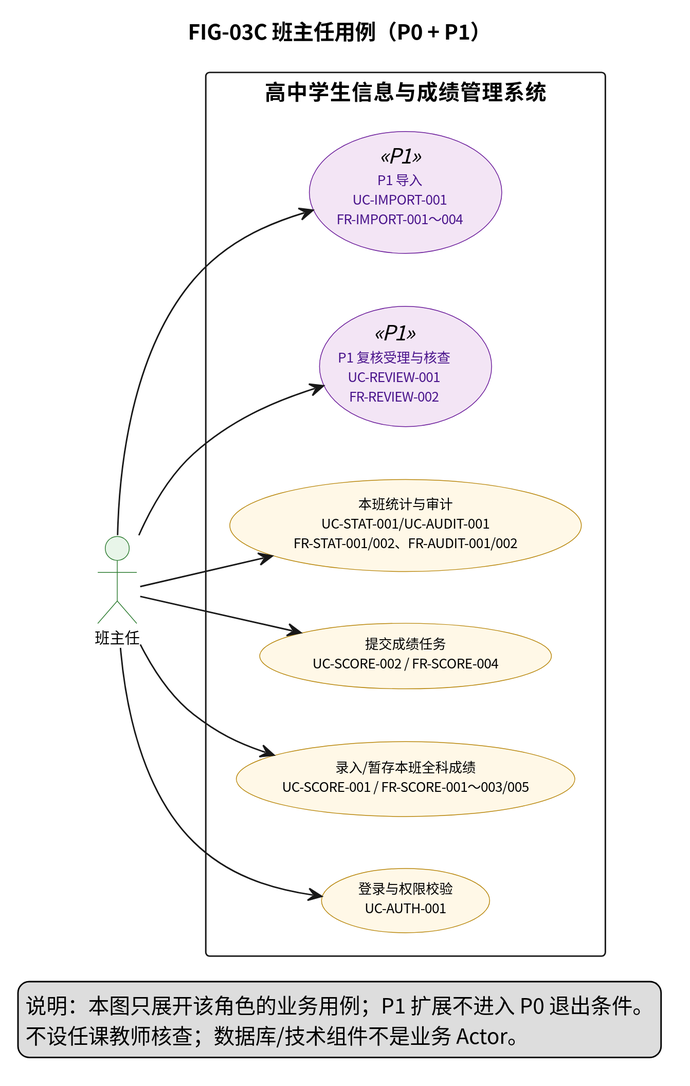
The PlantUML diagram docs/requirements/diagrams/svg/FIG-03C-班主任用例.svg in Creepppper/Student_System, before a commit.
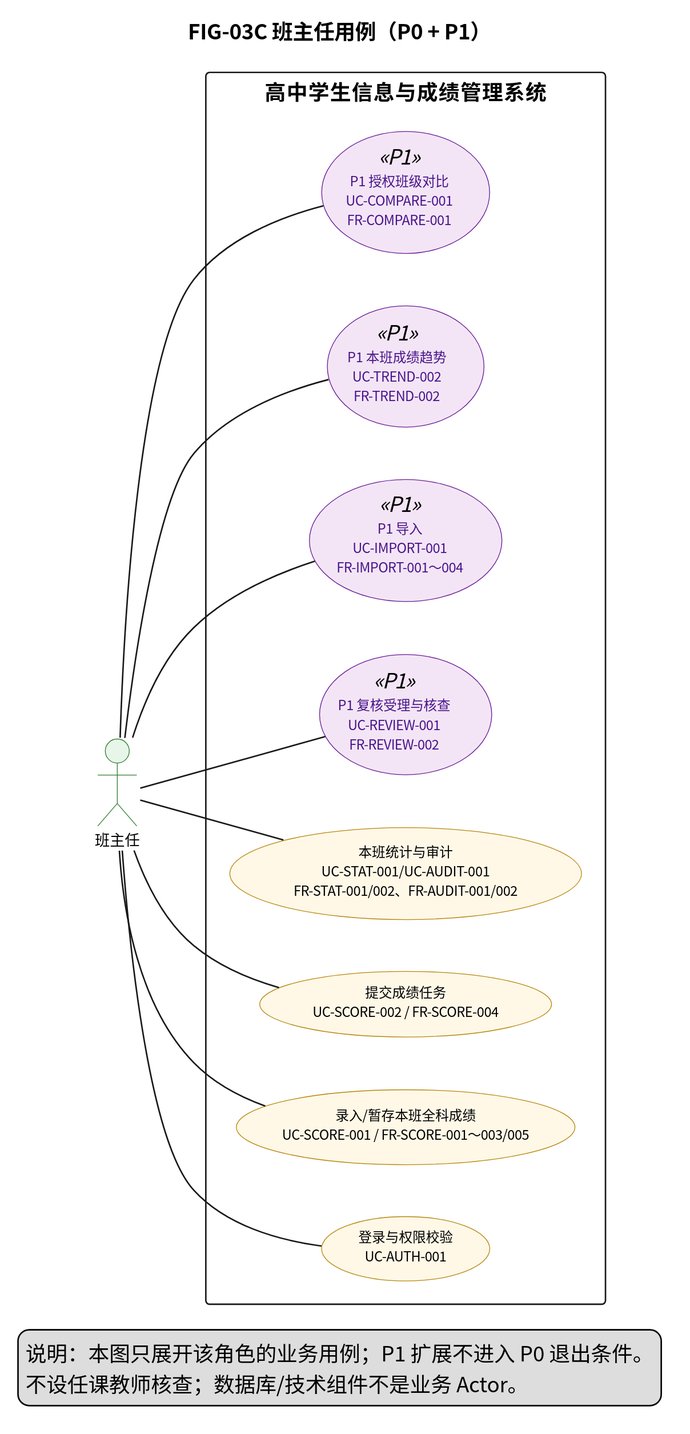
The same diagram one commit later.

The edit, as a diff of the source:
```diff
@@ -1,4 +1,5 @@
 @startuml
+scale 0.9
 left to right direction
 skinparam defaultFontName "Noto Sans CJK SC"
 skinparam dpi 200
@@ -27,13 +28,17 @@
   usecase "本班统计与审计\nUC-STAT-001/UC-AUDIT-001\nFR-STAT-001/002、FR-AUDIT-001/002" as U_STAT
   usecase "P1 复核受理与核查\nUC-REVIEW-001\nFR-REVIEW-002" as U_REVIEW <<P1>>
   usecase "P1 导入\nUC-IMPORT-001\nFR-IMPORT-001～004" as U_IMPORT <<P1>>
+  usecase "P1 本班成绩趋势\nUC-TREND-002\nFR-TREND-002" as U_TREND <<P1>>
+  usecase "P1 授权班级对比\nUC-COMPARE-001\nFR-COMPARE-001" as U_COMPARE <<P1>>
 }
-HT --> U_LOGIN
-HT --> U_SCORE
-HT --> U_SUBMIT
-HT --> U_STAT
-HT --> U_REVIEW
-HT --> U_IMPORT
+HT -- U_LOGIN
+HT -- U_SCORE
+HT -- U_SUBMIT
+HT -- U_STAT
+HT -- U_REVIEW
+HT -- U_IMPORT
+HT -- U_TREND
+HT -- U_COMPARE
 legend bottom
   说明：本图只展开该角色的业务用例；P1 扩展不进入 P0 退出条件。
   不设任课教师核查；数据库/技术组件不是业务 Actor。
```
